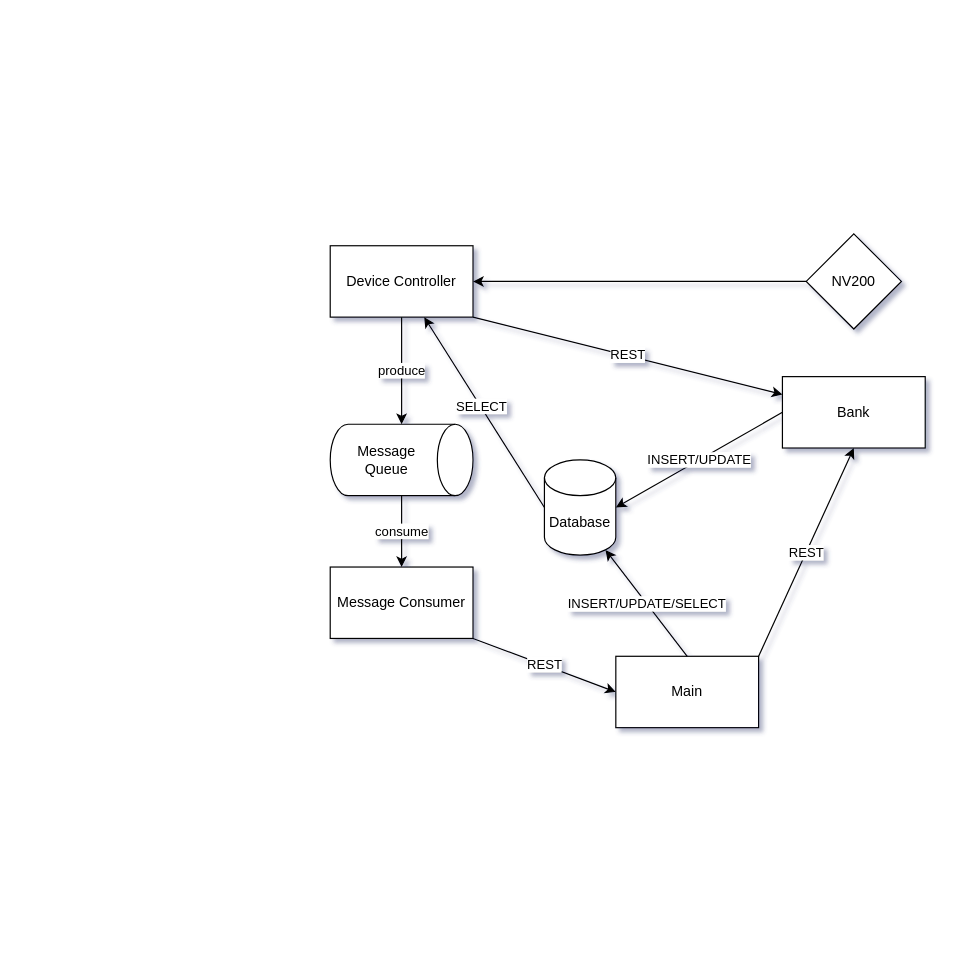
Before: architektura.drawio in sajmon339/WSB-Skarbonka, a draw.io diagram. Source tidied: cells renumbered, new cells numbered last; positions are measured from the earlier drawing's top-left corner, leaving out a move shared by most shapes. Both pictures are drawn from the tidied source at 119%, with x=0, y=0 at pixel (330, 233). Pictures stored in the file or linked from it are replaced by grey dashed boxes.
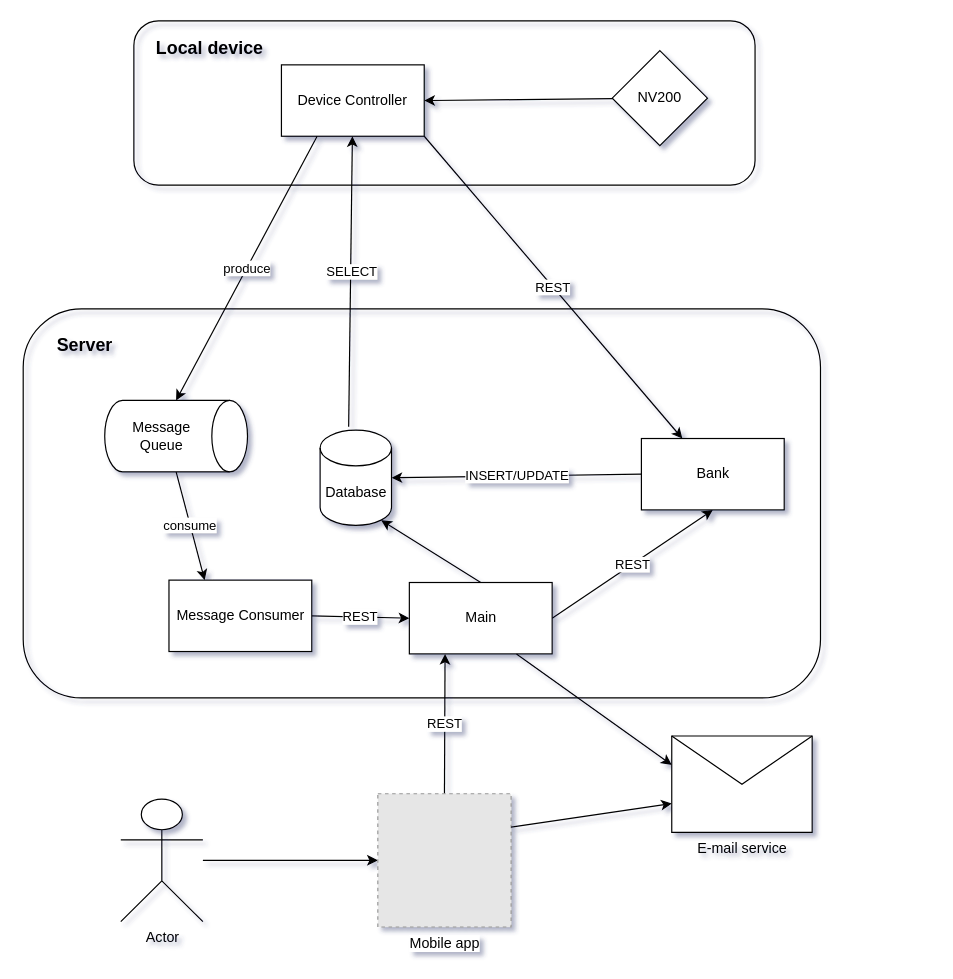
The same page after the edit.

Commit message (it also covers changes not shown here):
Architecture and DB structure updated and nv200 device picture.

What changed in the source:
```diff
@@
-<mxGraphModel background="#ffffff" shadow="1">
+<mxGraphModel shadow="1">
@@
     <mxCell id="2" value="Bank" style="rounded=0;whiteSpace=wrap;html=1;" parent="1" vertex="1">
-      <mxGeometry x="380" y="120" width="120" height="60" as="geometry" />
+      <mxGeometry x="261.5" y="172" width="120" height="60" as="geometry" />
     </mxCell>
@@
     <mxCell id="4" value="Device Controller" style="rounded=0;whiteSpace=wrap;html=1;" parent="1" vertex="1">
-      <mxGeometry y="10" width="120" height="60" as="geometry" />
+      <mxGeometry x="-41" y="-142" width="120" height="60" as="geometry" />
     </mxCell>
-    <mxCell id="5" style="edgeStyle=orthogonalEdgeStyle;rounded=0;jettySize=auto;html=1;entryX=1;entryY=0.5;entryDx=0;entryDy=0;" parent="1" edge="1" source="6" target="4">
+    <mxCell id="5" style="rounded=0;jettySize=auto;html=1;entryX=1;entryY=0.5;entryDx=0;entryDy=0;" parent="1" edge="1" source="6" target="4">
       <mxGeometry relative="1" as="geometry" />
     </mxCell>
     <mxCell id="6" value="NV200" style="rhombus;whiteSpace=wrap;html=1;" parent="1" vertex="1">
-      <mxGeometry x="400" width="80" height="80" as="geometry" />
+      <mxGeometry x="237" y="-154" width="80" height="80" as="geometry" />
     </mxCell>
-    <mxCell id="7" style="rounded=0;jettySize=auto;html=1;exitX=0;exitY=0.5;exitDx=0;exitDy=0;exitPerimeter=0;" parent="1" edge="1" source="9" target="4">
+    <mxCell id="7" style="rounded=0;jettySize=auto;html=1;exitX=0.4;exitY=-0.037;exitDx=0;exitDy=0;exitPerimeter=0;" parent="1" edge="1" source="9" target="4">
       <mxGeometry relative="1" as="geometry" />
     </mxCell>
@@
     <mxCell id="9" value="Database" style="shape=cylinder3;whiteSpace=wrap;html=1;boundedLbl=1;backgroundOutline=1;size=15;" parent="1" vertex="1">
-      <mxGeometry x="180" y="190" width="60" height="80" as="geometry" />
+      <mxGeometry x="-8.5" y="165" width="60" height="80" as="geometry" />
     </mxCell>
-    <mxCell id="10" value="consume" style="edgeStyle=orthogonalEdgeStyle;rounded=0;jettySize=auto;html=1;exitX=1;exitY=0.5;exitDx=0;exitDy=0;exitPerimeter=0;entryX=0.5;entryY=0;entryDx=0;entryDy=0;" parent="1" edge="1" source="11" target="13">
+    <mxCell id="10" value="consume" style="rounded=0;jettySize=auto;html=1;exitX=1;exitY=0.5;exitDx=0;exitDy=0;exitPerimeter=0;entryX=0.25;entryY=0;entryDx=0;entryDy=0;" parent="1" edge="1" source="11" target="13">
       <mxGeometry relative="1" as="geometry" />
     </mxCell>
     <mxCell id="11" value="Message Queue" style="shape=cylinder3;whiteSpace=wrap;html=1;boundedLbl=1;backgroundOutline=1;size=15;direction=south;" parent="1" vertex="1">
-      <mxGeometry y="160" width="120" height="60" as="geometry" />
+      <mxGeometry x="-189.5" y="140" width="120" height="60" as="geometry" />
     </mxCell>
-    <mxCell id="12" value="REST" style="rounded=0;jettySize=auto;html=1;exitX=1;exitY=1;exitDx=0;exitDy=0;entryX=0;entryY=0.5;entryDx=0;entryDy=0;" parent="1" edge="1" source="13" target="15">
+    <mxCell id="12" value="REST" style="rounded=0;jettySize=auto;html=1;exitX=1;exitY=0.5;exitDx=0;exitDy=0;entryX=0;entryY=0.5;entryDx=0;entryDy=0;" parent="1" edge="1" source="13" target="15">
       <mxGeometry relative="1" as="geometry" />
     </mxCell>
     <mxCell id="13" value="Message Consumer" style="rounded=0;whiteSpace=wrap;html=1;" parent="1" vertex="1">
-      <mxGeometry y="280" width="120" height="60" as="geometry" />
+      <mxGeometry x="-135.5" y="291" width="120" height="60" as="geometry" />
     </mxCell>
-    <mxCell id="14" value="REST" style="rounded=0;jettySize=auto;html=1;exitX=1;exitY=0;exitDx=0;exitDy=0;entryX=0.5;entryY=1;entryDx=0;entryDy=0;" parent="1" edge="1" source="15" target="2">
+    <mxCell id="14" value="REST" style="rounded=0;jettySize=auto;html=1;exitX=1;exitY=0.5;exitDx=0;exitDy=0;entryX=0.5;entryY=1;entryDx=0;entryDy=0;" parent="1" edge="1" source="15" target="2">
       <mxGeometry relative="1" as="geometry" />
     </mxCell>
     <mxCell id="15" value="Main" style="rounded=0;whiteSpace=wrap;html=1;" parent="1" vertex="1">
-      <mxGeometry x="240" y="355" width="120" height="60" as="geometry" />
+      <mxGeometry x="66.5" y="293" width="120" height="60" as="geometry" />
     </mxCell>
@@
-    <mxCell id="17" value="produce" style="edgeStyle=orthogonalEdgeStyle;rounded=0;jettySize=auto;html=1;exitX=0.5;exitY=1;exitDx=0;exitDy=0;entryX=0;entryY=0.5;entryDx=0;entryDy=0;entryPerimeter=0;" parent="1" edge="1" source="4" target="11">
+    <mxCell id="17" value="produce" style="rounded=0;jettySize=auto;html=1;exitX=0.25;exitY=1;exitDx=0;exitDy=0;entryX=0;entryY=0.5;entryDx=0;entryDy=0;entryPerimeter=0;" parent="1" edge="1" source="4" target="11">
       <mxGeometry relative="1" as="geometry" />
     </mxCell>
-    <mxCell id="18" value="INSERT/UPDATE/SELECT" style="rounded=0;jettySize=auto;html=1;exitX=0.5;exitY=0;exitDx=0;exitDy=0;entryX=0.855;entryY=1;entryDx=0;entryDy=-4.35;entryPerimeter=0;" parent="1" edge="1" source="15" target="9">
+    <mxCell id="18" style="rounded=0;jettySize=auto;html=1;exitX=0.5;exitY=0;exitDx=0;exitDy=0;entryX=0.855;entryY=1;entryDx=0;entryDy=-4.35;entryPerimeter=0;" parent="1" edge="1" source="15" target="9">
       <mxGeometry relative="1" as="geometry" />
     </mxCell>
+    <mxCell id="19" style="rounded=1;whiteSpace=wrap;html=1;fillColor=none;" parent="1" vertex="1">
+      <mxGeometry x="-165" y="-179" width="522" height="138" as="geometry" />
+    </mxCell>
+    <mxCell id="20" value="Local device" style="text;html=1;align=center;verticalAlign=middle;whiteSpace=wrap;rounded=0;shadow=0;fontStyle=1;fontSize=15;" parent="1" vertex="1">
+      <mxGeometry x="-155" y="-172" width="108" height="30" as="geometry" />
+    </mxCell>
+    <mxCell id="21" style="rounded=1;whiteSpace=wrap;html=1;fillColor=none;" parent="1" vertex="1">
+      <mxGeometry x="-258" y="63" width="670" height="327" as="geometry" />
+    </mxCell>
+    <mxCell id="22" value="Server" style="text;html=1;align=center;verticalAlign=middle;whiteSpace=wrap;rounded=0;shadow=0;fontStyle=1;fontSize=15;textShadow=0;" parent="1" vertex="1">
+      <mxGeometry x="-260" y="78" width="108" height="30" as="geometry" />
+    </mxCell>
+    <mxCell id="23" value="E-mail service" style="shape=message;html=1;html=1;outlineConnect=0;labelPosition=center;verticalLabelPosition=bottom;align=center;verticalAlign=top;" parent="1" vertex="1">
+      <mxGeometry x="287" y="422" width="118" height="81" as="geometry" />
+    </mxCell>
+    <mxCell id="24" style="rounded=0;jettySize=auto;html=1;" parent="1" edge="1" source="25" target="27">
+      <mxGeometry relative="1" as="geometry" />
+    </mxCell>
+    <mxCell id="25" value="Actor" style="shape=umlActor;verticalLabelPosition=bottom;verticalAlign=top;html=1;outlineConnect=0;" parent="1" vertex="1">
+      <mxGeometry x="-176" y="475" width="69" height="103" as="geometry" />
+    </mxCell>
+    <mxCell id="26" value="REST" style="rounded=0;jettySize=auto;html=1;exitX=0.5;exitY=0;exitDx=0;exitDy=0;entryX=0.25;entryY=1;entryDx=0;entryDy=0;" parent="1" edge="1" source="27" target="15">
+      <mxGeometry relative="1" as="geometry" />
+    </mxCell>
+    <mxCell id="27" value="Mobile app" style="fillColor=#E6E6E6;strokeColor=#999999;dashed=1;html=1;verticalAlign=top;verticalLabelPosition=bottom;labelBackgroundColor=#ffffff;" parent="1" vertex="1">
+      <mxGeometry x="40" y="470.5" width="112" height="112" as="geometry" />
+    </mxCell>
+    <mxCell id="28" style="rounded=0;jettySize=auto;html=1;exitX=0.75;exitY=1;exitDx=0;exitDy=0;entryX=0;entryY=0.3;entryDx=0;entryDy=0;" parent="1" edge="1" source="15" target="23">
+      <mxGeometry relative="1" as="geometry" />
+    </mxCell>
+    <mxCell id="29" style="rounded=0;jettySize=auto;html=1;exitX=1;exitY=0.25;exitDx=0;exitDy=0;entryX=0;entryY=0.7;entryDx=0;entryDy=0;" parent="1" edge="1" source="27" target="23">
+      <mxGeometry relative="1" as="geometry" />
+    </mxCell>
```
